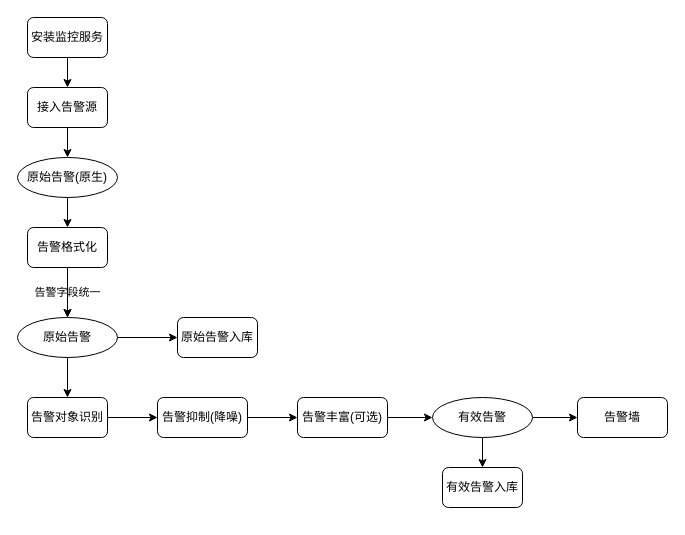
The draw.io diagram 原始告警处理流程.drawio in jaywin2u/practices, before the edit. Source tidied: cells renumbered, new cells numbered last; positions are measured from the earlier drawing's top-left corner, leaving out a move shared by most shapes. Both pictures are drawn from the tidied source at 100%, with x=0, y=0 at pixel (17, 17).
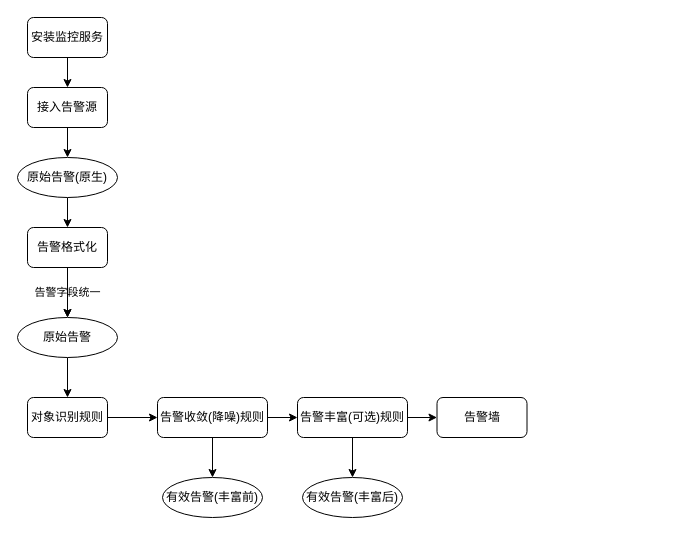
The same diagram, later.

Commit message:
已添加 原始告警处理流程.drawio

The change refers to these unchanged cells:
```xml
<mxCell id="13" value="原始告警" style="ellipse;whiteSpace=wrap;html=1;" parent="1" vertex="1">
  <mxGeometry y="300" width="100" height="40" as="geometry" />
</mxCell>
```

Change to the diagram source:
```diff
@@
-    <mxCell id="11" style="edgeStyle=orthogonalEdgeStyle;rounded=0;jettySize=auto;html=1;" parent="1" edge="1" source="13" target="14">
-      <mxGeometry relative="1" as="geometry" />
-    </mxCell>
@@
-    <mxCell id="14" value="原始告警入库" style="rounded=1;whiteSpace=wrap;html=1;" parent="1" vertex="1">
-      <mxGeometry x="160" y="300" width="80" height="40" as="geometry" />
-    </mxCell>
@@
-    <mxCell id="16" value="告警对象识别" style="rounded=1;whiteSpace=wrap;html=1;" parent="1" vertex="1">
+    <mxCell id="16" value="对象识别规则" style="rounded=1;whiteSpace=wrap;html=1;" parent="1" vertex="1">
       <mxGeometry x="10" y="380" width="80" height="40" as="geometry" />
     </mxCell>
@@
+    <mxCell id="26" style="edgeStyle=orthogonalEdgeStyle;rounded=0;jettySize=auto;html=1;" parent="1" edge="1" source="18" target="29">
+      <mxGeometry relative="1" as="geometry" />
+    </mxCell>
-    <mxCell id="18" value="告警抑制(降噪)" style="rounded=1;whiteSpace=wrap;html=1;" parent="1" vertex="1">
-      <mxGeometry x="140" y="380" width="90" height="40" as="geometry" />
+    <mxCell id="18" value="告警收敛(降噪)规则" style="rounded=1;whiteSpace=wrap;html=1;" parent="1" vertex="1">
+      <mxGeometry x="140" y="380" width="110" height="40" as="geometry" />
     </mxCell>
-    <mxCell id="19" style="edgeStyle=orthogonalEdgeStyle;rounded=0;jettySize=auto;html=1;" parent="1" edge="1" source="20" target="23">
-      <mxGeometry relative="1" as="geometry" />
-    </mxCell>
+    <mxCell id="27" style="edgeStyle=orthogonalEdgeStyle;rounded=0;jettySize=auto;html=1;" parent="1" edge="1" source="20" target="30">
+      <mxGeometry relative="1" as="geometry" />
+    </mxCell>
+    <mxCell id="28" style="edgeStyle=orthogonalEdgeStyle;rounded=0;jettySize=auto;html=1;" parent="1" edge="1" source="20" target="25">
+      <mxGeometry relative="1" as="geometry" />
+    </mxCell>
-    <mxCell id="20" value="告警丰富(可选)" style="rounded=1;whiteSpace=wrap;html=1;" parent="1" vertex="1">
-      <mxGeometry x="280" y="380" width="90" height="40" as="geometry" />
+    <mxCell id="20" value="告警丰富(可选)规则" style="rounded=1;whiteSpace=wrap;html=1;" parent="1" vertex="1">
+      <mxGeometry x="280" y="380" width="110" height="40" as="geometry" />
     </mxCell>
-    <mxCell id="21" style="edgeStyle=orthogonalEdgeStyle;rounded=0;jettySize=auto;html=1;" parent="1" edge="1" source="23" target="24">
-      <mxGeometry relative="1" as="geometry" />
-    </mxCell>
-    <mxCell id="22" style="edgeStyle=orthogonalEdgeStyle;rounded=0;jettySize=auto;html=1;" parent="1" edge="1" source="23" target="25">
-      <mxGeometry relative="1" as="geometry" />
-    </mxCell>
-    <mxCell id="23" value="有效告警" style="ellipse;whiteSpace=wrap;html=1;" parent="1" vertex="1">
-      <mxGeometry x="415" y="380" width="100" height="40" as="geometry" />
-    </mxCell>
-    <mxCell id="24" value="有效告警入库" style="rounded=1;whiteSpace=wrap;html=1;" parent="1" vertex="1">
-      <mxGeometry x="425" y="450" width="80" height="40" as="geometry" />
-    </mxCell>
     <mxCell id="25" value="告警墙" style="rounded=1;whiteSpace=wrap;html=1;" parent="1" vertex="1">
-      <mxGeometry x="560" y="380" width="90" height="40" as="geometry" />
+      <mxGeometry x="419.5" y="380" width="90" height="40" as="geometry" />
     </mxCell>
+    <mxCell id="29" value="有效告警(丰富前)" style="ellipse;whiteSpace=wrap;html=1;" parent="1" vertex="1">
+      <mxGeometry x="145" y="460" width="100" height="40" as="geometry" />
+    </mxCell>
+    <mxCell id="30" value="有效告警(丰富后)" style="ellipse;whiteSpace=wrap;html=1;" parent="1" vertex="1">
+      <mxGeometry x="285" y="460" width="100" height="40" as="geometry" />
+    </mxCell>
```
